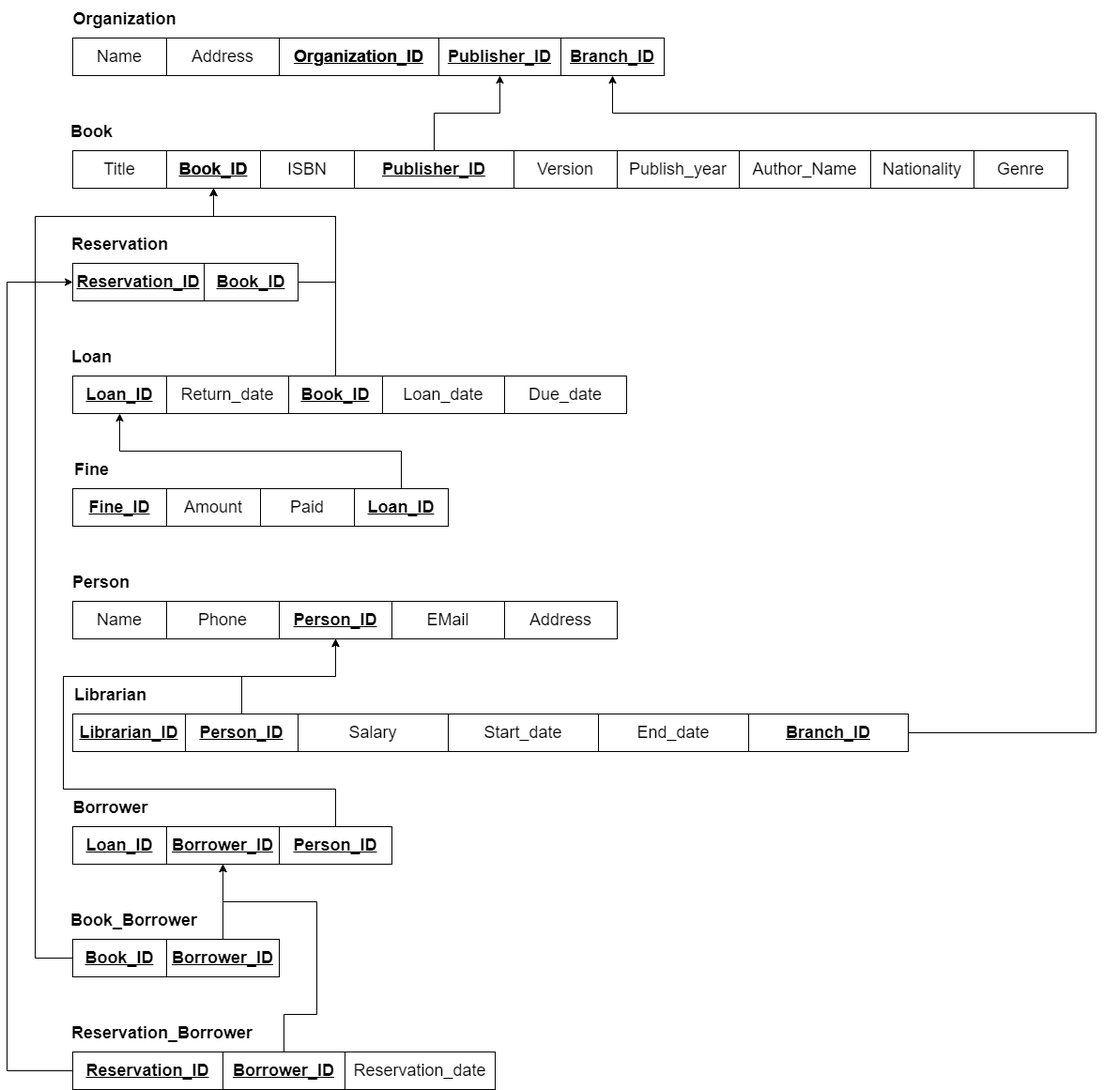
YouAndMEME/sose23-database keeps this draw.io diagram as Relational_Model/Relational Model - Initial.png. Above is the earlier version. Source tidied: cells renumbered, new cells last; positions are measured from the earlier drawing's top-left corner, leaving out a move shared by most shapes.
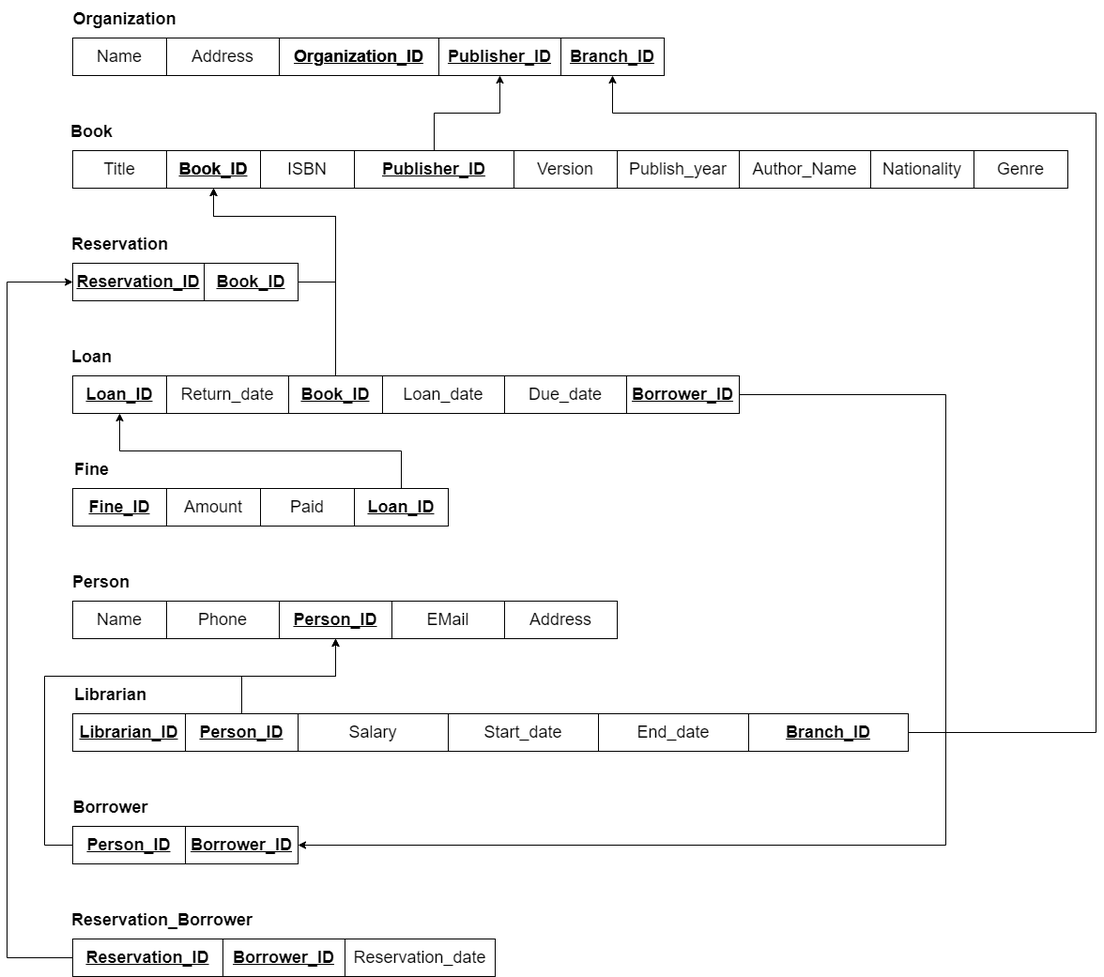
The same diagram one commit later.

Commit message:
Updated Relational Model Borrower

What changed in the source:
```diff
@@ -139,7 +139,7 @@
       <mxGeometry x="70" y="760" width="120" height="40" as="geometry" />
     </mxCell>
     <mxCell id="42" value="Borrower_ID" style="whiteSpace=wrap;html=1;align=center;strokeColor=default;fontSize=18;fillColor=none;fontStyle=5;" parent="1" vertex="1">
-      <mxGeometry x="170" y="880" width="120" height="40" as="geometry" />
+      <mxGeometry x="190" y="880" width="120" height="40" as="geometry" />
     </mxCell>
     <mxCell id="43" style="edgeStyle=orthogonalEdgeStyle;rounded=0;jettySize=auto;html=1;entryX=0.5;entryY=1;entryDx=0;entryDy=0;fontSize=18;" parent="1" edge="1" source="44" target="15">
       <mxGeometry relative="1" as="geometry">
@@ -152,72 +152,37 @@
     <mxCell id="44" value="&lt;b&gt;Person_ID&lt;/b&gt;" style="whiteSpace=wrap;html=1;align=center;strokeColor=default;fontSize=18;fillColor=none;fontStyle=4;" parent="1" vertex="1">
       <mxGeometry x="190" y="760" width="120" height="40" as="geometry" />
     </mxCell>
-    <mxCell id="45" style="edgeStyle=orthogonalEdgeStyle;rounded=0;jettySize=auto;html=1;exitX=0.5;exitY=0;exitDx=0;exitDy=0;entryX=0.5;entryY=1;entryDx=0;entryDy=0;fontSize=18;" parent="1" edge="1" source="46" target="15">
+    <mxCell id="45" style="edgeStyle=orthogonalEdgeStyle;rounded=0;jettySize=auto;html=1;exitX=0;exitY=0.5;exitDx=0;exitDy=0;entryX=0.5;entryY=1;entryDx=0;entryDy=0;fontSize=18;" parent="1" edge="1" source="46" target="15">
       <mxGeometry relative="1" as="geometry">
         <Array as="points">
-          <mxPoint x="350" y="840" />
-          <mxPoint x="60" y="840" />
-          <mxPoint x="60" y="720" />
+          <mxPoint x="40" y="900" />
+          <mxPoint x="40" y="720" />
           <mxPoint x="350" y="720" />
         </Array>
       </mxGeometry>
     </mxCell>
     <mxCell id="46" value="&lt;b&gt;Person_ID&lt;/b&gt;" style="whiteSpace=wrap;html=1;align=center;strokeColor=default;fontSize=18;fillColor=none;fontStyle=4;" parent="1" vertex="1">
-      <mxGeometry x="290" y="880" width="120" height="40" as="geometry" />
+      <mxGeometry x="70" y="880" width="120" height="40" as="geometry" />
     </mxCell>
-    <mxCell id="47" value="Loan_ID" style="whiteSpace=wrap;html=1;align=center;strokeColor=default;fontSize=18;fillColor=none;fontStyle=5;" parent="1" vertex="1">
-      <mxGeometry x="70" y="880" width="100" height="40" as="geometry" />
-    </mxCell>
-    <mxCell id="48" value="Book_Borrower" style="text;strokeColor=none;fillColor=none;html=1;fontSize=18;fontStyle=1;verticalAlign=middle;align=center;" parent="1" vertex="1">
-      <mxGeometry x="80" y="960" width="110" height="40" as="geometry" />
-    </mxCell>
-    <mxCell id="49" style="edgeStyle=orthogonalEdgeStyle;rounded=0;jettySize=auto;html=1;fontSize=18;entryX=0.5;entryY=1;entryDx=0;entryDy=0;" parent="1" edge="1" source="50" target="23">
-      <mxGeometry relative="1" as="geometry">
-        <Array as="points">
-          <mxPoint x="30" y="1020" />
-          <mxPoint x="30" y="230" />
-          <mxPoint x="220" y="230" />
-        </Array>
-      </mxGeometry>
-    </mxCell>
-    <mxCell id="50" value="Book_ID" style="whiteSpace=wrap;html=1;align=center;strokeColor=default;fontSize=18;fillColor=none;fontStyle=5;" parent="1" vertex="1">
-      <mxGeometry x="70" y="1000" width="100" height="40" as="geometry" />
-    </mxCell>
-    <mxCell id="51" style="edgeStyle=orthogonalEdgeStyle;rounded=0;jettySize=auto;html=1;entryX=0.5;entryY=1;entryDx=0;entryDy=0;fontSize=18;" parent="1" edge="1" source="52" target="42">
-      <mxGeometry relative="1" as="geometry" />
-    </mxCell>
-    <mxCell id="52" value="Borrower_ID" style="whiteSpace=wrap;html=1;align=center;strokeColor=default;fontSize=18;fillColor=none;fontStyle=5;" parent="1" vertex="1">
-      <mxGeometry x="170" y="1000" width="120" height="40" as="geometry" />
-    </mxCell>
     <mxCell id="53" value="Reservation_Borrower" style="text;strokeColor=none;fillColor=none;html=1;fontSize=18;fontStyle=1;verticalAlign=middle;align=center;" parent="1" vertex="1">
-      <mxGeometry x="110" y="1080" width="110" height="40" as="geometry" />
+      <mxGeometry x="110" y="960" width="110" height="40" as="geometry" />
     </mxCell>
     <mxCell id="54" style="edgeStyle=orthogonalEdgeStyle;rounded=0;jettySize=auto;html=1;entryX=0;entryY=0.5;entryDx=0;entryDy=0;fontSize=18;" parent="1" edge="1" source="55" target="10">
       <mxGeometry relative="1" as="geometry">
         <Array as="points">
-          <mxPoint y="1140" />
+          <mxPoint y="1020" />
           <mxPoint y="300" />
         </Array>
       </mxGeometry>
     </mxCell>
     <mxCell id="55" value="Reservation_ID" style="whiteSpace=wrap;html=1;align=center;strokeColor=default;fontSize=18;fillColor=none;fontStyle=5;" parent="1" vertex="1">
-      <mxGeometry x="70" y="1120" width="160" height="40" as="geometry" />
+      <mxGeometry x="70" y="1000" width="160" height="40" as="geometry" />
     </mxCell>
-    <mxCell id="56" style="edgeStyle=orthogonalEdgeStyle;rounded=0;jettySize=auto;html=1;entryX=0.5;entryY=1;entryDx=0;entryDy=0;fontSize=18;exitX=0.5;exitY=0;exitDx=0;exitDy=0;" parent="1" edge="1" source="57" target="42">
-      <mxGeometry relative="1" as="geometry">
-        <Array as="points">
-          <mxPoint x="295" y="1080" />
-          <mxPoint x="330" y="1080" />
-          <mxPoint x="330" y="960" />
-          <mxPoint x="230" y="960" />
-        </Array>
-      </mxGeometry>
-    </mxCell>
     <mxCell id="57" value="Borrower_ID" style="whiteSpace=wrap;html=1;align=center;strokeColor=default;fontSize=18;fillColor=none;fontStyle=5;" parent="1" vertex="1">
-      <mxGeometry x="230" y="1120" width="130" height="40" as="geometry" />
+      <mxGeometry x="230" y="1000" width="130" height="40" as="geometry" />
     </mxCell>
     <mxCell id="58" value="Reservation_date" style="whiteSpace=wrap;html=1;align=center;strokeColor=default;fontSize=18;fillColor=none;" parent="1" vertex="1">
-      <mxGeometry x="360" y="1120" width="160" height="40" as="geometry" />
+      <mxGeometry x="360" y="1000" width="160" height="40" as="geometry" />
     </mxCell>
     <mxCell id="59" style="edgeStyle=orthogonalEdgeStyle;rounded=0;jettySize=auto;html=1;entryX=0.5;entryY=1;entryDx=0;entryDy=0;" parent="1" edge="1" source="60" target="18">
       <mxGeometry relative="1" as="geometry">
@@ -255,5 +220,16 @@
     <mxCell id="68" value="Start_date" style="whiteSpace=wrap;html=1;align=center;strokeColor=default;fontSize=18;fillColor=none;" parent="1" vertex="1">
       <mxGeometry x="470" y="760" width="160" height="40" as="geometry" />
     </mxCell>
+    <mxCell id="51" style="edgeStyle=orthogonalEdgeStyle;rounded=0;jettySize=auto;html=1;entryX=1;entryY=0.5;entryDx=0;entryDy=0;" parent="1" edge="1" source="52" target="42">
+      <mxGeometry relative="1" as="geometry">
+        <Array as="points">
+          <mxPoint x="1000" y="420" />
+          <mxPoint x="1000" y="900" />
+        </Array>
+      </mxGeometry>
+    </mxCell>
+    <mxCell id="52" value="Borrower_ID" style="whiteSpace=wrap;html=1;align=center;strokeColor=default;fontSize=18;fillColor=none;fontStyle=5;" parent="1" vertex="1">
+      <mxGeometry x="660" y="400" width="120" height="40" as="geometry" />
+    </mxCell>
   </root>
 </mxGraphModel>
```
